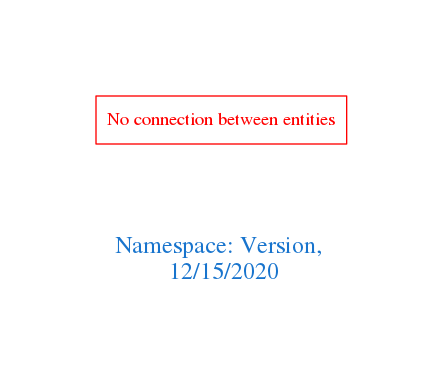
This is downloads/Version.png from arago/OGIT, a Graphviz export, as it was before one commit. Its source is kept beside it as downloads/Version.dot.
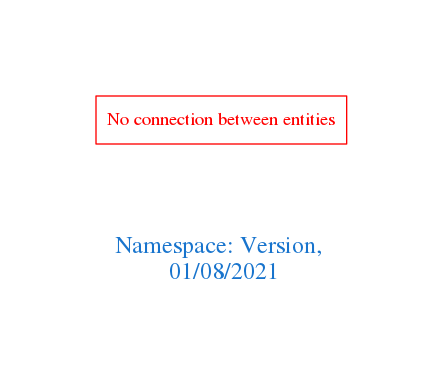
After the change.

Change to the diagram source:
```diff
@@ -1,7 +1,7 @@
 digraph OGIT_ontology {
  graph [ rankdir= LR,pad=1
 fontsize = 18,
-fontcolor= dodgerblue3,label = "\n\n\nNamespace: Version, \n 12/15/2020"];
+fontcolor= dodgerblue3,label = "\n\n\nNamespace: Version, \n 01/08/2021"];
 node[shape=polygon];
 edge [  color="gray81"];
 
```
